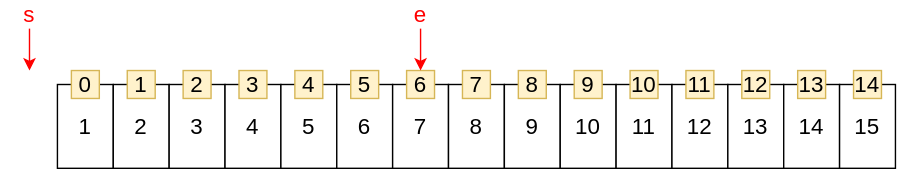
Above: img/algorithm/algorithm-1020-01-01-01.svg in zininote/zininote.github.io (draw.io), before the change. Source tidied: cells renumbered, new cells last; positions are measured from the earlier drawing's top-left corner, leaving out a move shared by most shapes.
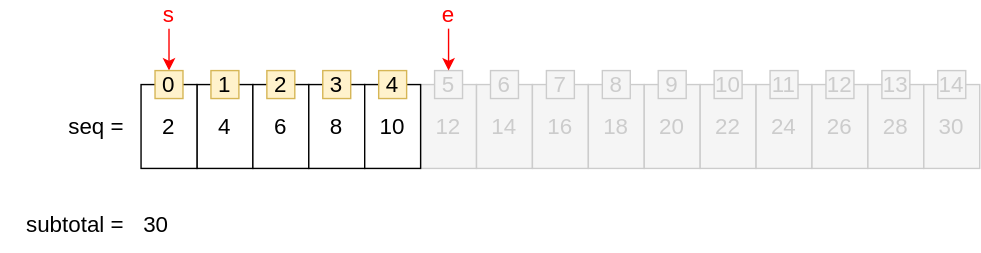
After the change.

Change to the diagram source:
```diff
@@ -2,108 +2,102 @@
   <root>
     <mxCell id="0" />
     <mxCell id="1" parent="0" />
-    <mxCell id="2" value="1" style="rounded=0;whiteSpace=wrap;html=1;fontSize=16;" parent="1" vertex="1">
-      <mxGeometry x="40" y="60" width="40" height="60" as="geometry" />
-    </mxCell>
+    <mxCell id="7" value="12" style="rounded=0;whiteSpace=wrap;html=1;fontSize=16;fillColor=#f5f5f5;strokeColor=#cccccc;fontColor=#cccccc;" parent="1" vertex="1">
+      <mxGeometry x="240" y="60" width="40" height="60" as="geometry" />
+    </mxCell>
-    <mxCell id="3" value="2" style="rounded=0;whiteSpace=wrap;html=1;fontSize=16;" parent="1" vertex="1">
+    <mxCell id="3" value="4" style="rounded=0;whiteSpace=wrap;html=1;fontSize=16;" parent="1" vertex="1">
       <mxGeometry x="80" y="60" width="40" height="60" as="geometry" />
     </mxCell>
-    <mxCell id="4" value="3" style="rounded=0;whiteSpace=wrap;html=1;fontSize=16;" parent="1" vertex="1">
+    <mxCell id="4" value="6" style="rounded=0;whiteSpace=wrap;html=1;fontSize=16;" parent="1" vertex="1">
       <mxGeometry x="120" y="60" width="40" height="60" as="geometry" />
     </mxCell>
-    <mxCell id="5" value="4" style="rounded=0;whiteSpace=wrap;html=1;fontSize=16;" parent="1" vertex="1">
+    <mxCell id="5" value="8" style="rounded=0;whiteSpace=wrap;html=1;fontSize=16;" parent="1" vertex="1">
       <mxGeometry x="160" y="60" width="40" height="60" as="geometry" />
     </mxCell>
-    <mxCell id="6" value="5" style="rounded=0;whiteSpace=wrap;html=1;fontSize=16;" parent="1" vertex="1">
+    <mxCell id="6" value="10" style="rounded=0;whiteSpace=wrap;html=1;fontSize=16;" parent="1" vertex="1">
       <mxGeometry x="200" y="60" width="40" height="60" as="geometry" />
     </mxCell>
-    <mxCell id="7" value="6" style="rounded=0;whiteSpace=wrap;html=1;fontSize=16;" parent="1" vertex="1">
-      <mxGeometry x="240" y="60" width="40" height="60" as="geometry" />
-    </mxCell>
-    <mxCell id="8" value="7" style="rounded=0;whiteSpace=wrap;html=1;fontSize=16;" parent="1" vertex="1">
+    <mxCell id="8" value="14" style="rounded=0;whiteSpace=wrap;html=1;fontSize=16;fillColor=#f5f5f5;strokeColor=#cccccc;fontColor=#cccccc;" parent="1" vertex="1">
       <mxGeometry x="280" y="60" width="40" height="60" as="geometry" />
     </mxCell>
-    <mxCell id="9" value="8" style="rounded=0;whiteSpace=wrap;html=1;fontSize=16;" parent="1" vertex="1">
+    <mxCell id="9" value="16" style="rounded=0;whiteSpace=wrap;html=1;fontSize=16;fillColor=#f5f5f5;strokeColor=#cccccc;fontColor=#cccccc;" parent="1" vertex="1">
       <mxGeometry x="320" y="60" width="40" height="60" as="geometry" />
     </mxCell>
-    <mxCell id="10" value="9" style="rounded=0;whiteSpace=wrap;html=1;fontSize=16;" parent="1" vertex="1">
+    <mxCell id="10" value="18" style="rounded=0;whiteSpace=wrap;html=1;fontSize=16;fillColor=#f5f5f5;strokeColor=#cccccc;fontColor=#cccccc;" parent="1" vertex="1">
       <mxGeometry x="360" y="60" width="40" height="60" as="geometry" />
     </mxCell>
-    <mxCell id="11" value="10" style="rounded=0;whiteSpace=wrap;html=1;fontSize=16;" parent="1" vertex="1">
+    <mxCell id="11" value="20" style="rounded=0;whiteSpace=wrap;html=1;fontSize=16;fillColor=#f5f5f5;strokeColor=#cccccc;fontColor=#cccccc;" parent="1" vertex="1">
       <mxGeometry x="400" y="60" width="40" height="60" as="geometry" />
     </mxCell>
-    <mxCell id="12" value="11" style="rounded=0;whiteSpace=wrap;html=1;fontSize=16;" parent="1" vertex="1">
+    <mxCell id="12" value="22" style="rounded=0;whiteSpace=wrap;html=1;fontSize=16;fillColor=#f5f5f5;strokeColor=#cccccc;fontColor=#cccccc;" parent="1" vertex="1">
       <mxGeometry x="440" y="60" width="40" height="60" as="geometry" />
     </mxCell>
-    <mxCell id="13" value="12" style="rounded=0;whiteSpace=wrap;html=1;fontSize=16;" parent="1" vertex="1">
+    <mxCell id="13" value="24" style="rounded=0;whiteSpace=wrap;html=1;fontSize=16;fillColor=#f5f5f5;strokeColor=#cccccc;fontColor=#cccccc;" parent="1" vertex="1">
       <mxGeometry x="480" y="60" width="40" height="60" as="geometry" />
     </mxCell>
-    <mxCell id="14" value="13" style="rounded=0;whiteSpace=wrap;html=1;fontSize=16;" parent="1" vertex="1">
+    <mxCell id="14" value="26" style="rounded=0;whiteSpace=wrap;html=1;fontSize=16;fillColor=#f5f5f5;strokeColor=#cccccc;fontColor=#cccccc;" parent="1" vertex="1">
       <mxGeometry x="520" y="60" width="40" height="60" as="geometry" />
     </mxCell>
-    <mxCell id="15" value="14" style="rounded=0;whiteSpace=wrap;html=1;fontSize=16;" parent="1" vertex="1">
+    <mxCell id="15" value="28" style="rounded=0;whiteSpace=wrap;html=1;fontSize=16;fillColor=#f5f5f5;strokeColor=#cccccc;fontColor=#cccccc;" parent="1" vertex="1">
       <mxGeometry x="560" y="60" width="40" height="60" as="geometry" />
     </mxCell>
-    <mxCell id="16" value="15" style="rounded=0;whiteSpace=wrap;html=1;fontSize=16;" parent="1" vertex="1">
+    <mxCell id="16" value="30" style="rounded=0;whiteSpace=wrap;html=1;fontSize=16;fillColor=#f5f5f5;strokeColor=#cccccc;fontColor=#cccccc;" parent="1" vertex="1">
       <mxGeometry x="600" y="60" width="40" height="60" as="geometry" />
     </mxCell>
-    <mxCell id="17" value="&lt;span style=&quot;font-size: 16px&quot;&gt;0&lt;/span&gt;" style="text;html=1;strokeColor=#d6b656;fillColor=#fff2cc;align=center;verticalAlign=middle;whiteSpace=wrap;rounded=0;" parent="1" vertex="1">
-      <mxGeometry x="50" y="50" width="20" height="20" as="geometry" />
-    </mxCell>
-    <mxCell id="18" value="&lt;span style=&quot;font-size: 16px&quot;&gt;1&lt;/span&gt;" style="text;html=1;strokeColor=#d6b656;fillColor=#fff2cc;align=center;verticalAlign=middle;whiteSpace=wrap;rounded=0;" parent="1" vertex="1">
+    <mxCell id="18" value="&lt;span style=&quot;font-size: 16px&quot;&gt;1&lt;/span&gt;" style="text;html=1;fillColor=#fff2cc;align=center;verticalAlign=middle;whiteSpace=wrap;rounded=0;strokeColor=#d6b656;" parent="1" vertex="1">
       <mxGeometry x="90" y="50" width="20" height="20" as="geometry" />
     </mxCell>
-    <mxCell id="19" value="&lt;span style=&quot;font-size: 16px&quot;&gt;2&lt;/span&gt;" style="text;html=1;strokeColor=#d6b656;fillColor=#fff2cc;align=center;verticalAlign=middle;whiteSpace=wrap;rounded=0;" parent="1" vertex="1">
+    <mxCell id="19" value="&lt;span style=&quot;font-size: 16px&quot;&gt;2&lt;/span&gt;" style="text;html=1;fillColor=#fff2cc;align=center;verticalAlign=middle;whiteSpace=wrap;rounded=0;strokeColor=#d6b656;" parent="1" vertex="1">
       <mxGeometry x="130" y="50" width="20" height="20" as="geometry" />
     </mxCell>
-    <mxCell id="20" value="&lt;span style=&quot;font-size: 16px&quot;&gt;3&lt;/span&gt;" style="text;html=1;strokeColor=#d6b656;fillColor=#fff2cc;align=center;verticalAlign=middle;whiteSpace=wrap;rounded=0;" parent="1" vertex="1">
+    <mxCell id="20" value="&lt;span style=&quot;font-size: 16px&quot;&gt;3&lt;/span&gt;" style="text;html=1;fillColor=#fff2cc;align=center;verticalAlign=middle;whiteSpace=wrap;rounded=0;strokeColor=#d6b656;" parent="1" vertex="1">
       <mxGeometry x="170" y="50" width="20" height="20" as="geometry" />
     </mxCell>
-    <mxCell id="21" value="&lt;span style=&quot;font-size: 16px&quot;&gt;4&lt;/span&gt;" style="text;html=1;strokeColor=#d6b656;fillColor=#fff2cc;align=center;verticalAlign=middle;whiteSpace=wrap;rounded=0;" parent="1" vertex="1">
+    <mxCell id="21" value="&lt;span style=&quot;font-size: 16px&quot;&gt;4&lt;/span&gt;" style="text;html=1;fillColor=#fff2cc;align=center;verticalAlign=middle;whiteSpace=wrap;rounded=0;strokeColor=#d6b656;" parent="1" vertex="1">
       <mxGeometry x="210" y="50" width="20" height="20" as="geometry" />
     </mxCell>
-    <mxCell id="22" value="&lt;span style=&quot;font-size: 16px&quot;&gt;5&lt;/span&gt;" style="text;html=1;strokeColor=#d6b656;fillColor=#fff2cc;align=center;verticalAlign=middle;whiteSpace=wrap;rounded=0;" parent="1" vertex="1">
+    <mxCell id="22" value="&lt;span style=&quot;font-size: 16px&quot;&gt;5&lt;/span&gt;" style="text;html=1;fillColor=#f5f5f5;align=center;verticalAlign=middle;whiteSpace=wrap;rounded=0;strokeColor=#cccccc;fontColor=#cccccc;" parent="1" vertex="1">
       <mxGeometry x="250" y="50" width="20" height="20" as="geometry" />
     </mxCell>
-    <mxCell id="23" value="&lt;span style=&quot;font-size: 16px&quot;&gt;6&lt;/span&gt;" style="text;html=1;strokeColor=#d6b656;fillColor=#fff2cc;align=center;verticalAlign=middle;whiteSpace=wrap;rounded=0;" parent="1" vertex="1">
+    <mxCell id="23" value="&lt;span style=&quot;font-size: 16px&quot;&gt;6&lt;/span&gt;" style="text;html=1;fillColor=#f5f5f5;align=center;verticalAlign=middle;whiteSpace=wrap;rounded=0;strokeColor=#cccccc;fontColor=#cccccc;" parent="1" vertex="1">
       <mxGeometry x="290" y="50" width="20" height="20" as="geometry" />
     </mxCell>
-    <mxCell id="24" value="&lt;span style=&quot;font-size: 16px&quot;&gt;7&lt;/span&gt;" style="text;html=1;strokeColor=#d6b656;fillColor=#fff2cc;align=center;verticalAlign=middle;whiteSpace=wrap;rounded=0;" parent="1" vertex="1">
+    <mxCell id="24" value="&lt;span style=&quot;font-size: 16px&quot;&gt;7&lt;/span&gt;" style="text;html=1;fillColor=#f5f5f5;align=center;verticalAlign=middle;whiteSpace=wrap;rounded=0;strokeColor=#cccccc;fontColor=#cccccc;" parent="1" vertex="1">
       <mxGeometry x="330" y="50" width="20" height="20" as="geometry" />
     </mxCell>
-    <mxCell id="25" value="&lt;span style=&quot;font-size: 16px&quot;&gt;8&lt;/span&gt;" style="text;html=1;strokeColor=#d6b656;fillColor=#fff2cc;align=center;verticalAlign=middle;whiteSpace=wrap;rounded=0;" parent="1" vertex="1">
+    <mxCell id="25" value="&lt;span style=&quot;font-size: 16px&quot;&gt;8&lt;/span&gt;" style="text;html=1;fillColor=#f5f5f5;align=center;verticalAlign=middle;whiteSpace=wrap;rounded=0;strokeColor=#cccccc;fontColor=#cccccc;" parent="1" vertex="1">
       <mxGeometry x="370" y="50" width="20" height="20" as="geometry" />
     </mxCell>
-    <mxCell id="26" value="&lt;span style=&quot;font-size: 16px&quot;&gt;9&lt;/span&gt;" style="text;html=1;strokeColor=#d6b656;fillColor=#fff2cc;align=center;verticalAlign=middle;whiteSpace=wrap;rounded=0;" parent="1" vertex="1">
+    <mxCell id="26" value="&lt;span style=&quot;font-size: 16px&quot;&gt;9&lt;/span&gt;" style="text;html=1;fillColor=#f5f5f5;align=center;verticalAlign=middle;whiteSpace=wrap;rounded=0;strokeColor=#cccccc;fontColor=#cccccc;" parent="1" vertex="1">
       <mxGeometry x="410" y="50" width="20" height="20" as="geometry" />
     </mxCell>
-    <mxCell id="27" value="&lt;span style=&quot;font-size: 16px&quot;&gt;10&lt;/span&gt;" style="text;html=1;strokeColor=#d6b656;fillColor=#fff2cc;align=center;verticalAlign=middle;whiteSpace=wrap;rounded=0;" parent="1" vertex="1">
+    <mxCell id="27" value="&lt;span style=&quot;font-size: 16px&quot;&gt;10&lt;/span&gt;" style="text;html=1;fillColor=#f5f5f5;align=center;verticalAlign=middle;whiteSpace=wrap;rounded=0;strokeColor=#cccccc;fontColor=#cccccc;" parent="1" vertex="1">
       <mxGeometry x="450" y="50" width="20" height="20" as="geometry" />
     </mxCell>
-    <mxCell id="28" value="&lt;span style=&quot;font-size: 16px&quot;&gt;11&lt;/span&gt;" style="text;html=1;strokeColor=#d6b656;fillColor=#fff2cc;align=center;verticalAlign=middle;whiteSpace=wrap;rounded=0;" parent="1" vertex="1">
+    <mxCell id="28" value="&lt;span style=&quot;font-size: 16px&quot;&gt;11&lt;/span&gt;" style="text;html=1;fillColor=#f5f5f5;align=center;verticalAlign=middle;whiteSpace=wrap;rounded=0;strokeColor=#cccccc;fontColor=#cccccc;" parent="1" vertex="1">
       <mxGeometry x="490" y="50" width="20" height="20" as="geometry" />
     </mxCell>
-    <mxCell id="29" value="&lt;span style=&quot;font-size: 16px&quot;&gt;12&lt;/span&gt;" style="text;html=1;strokeColor=#d6b656;fillColor=#fff2cc;align=center;verticalAlign=middle;whiteSpace=wrap;rounded=0;" parent="1" vertex="1">
+    <mxCell id="29" value="&lt;span style=&quot;font-size: 16px&quot;&gt;12&lt;/span&gt;" style="text;html=1;fillColor=#f5f5f5;align=center;verticalAlign=middle;whiteSpace=wrap;rounded=0;strokeColor=#cccccc;fontColor=#cccccc;" parent="1" vertex="1">
       <mxGeometry x="530" y="50" width="20" height="20" as="geometry" />
     </mxCell>
-    <mxCell id="30" value="&lt;span style=&quot;font-size: 16px&quot;&gt;13&lt;/span&gt;" style="text;html=1;strokeColor=#d6b656;fillColor=#fff2cc;align=center;verticalAlign=middle;whiteSpace=wrap;rounded=0;" parent="1" vertex="1">
+    <mxCell id="30" value="&lt;span style=&quot;font-size: 16px&quot;&gt;13&lt;/span&gt;" style="text;html=1;fillColor=#f5f5f5;align=center;verticalAlign=middle;whiteSpace=wrap;rounded=0;strokeColor=#cccccc;fontColor=#cccccc;" parent="1" vertex="1">
       <mxGeometry x="570" y="50" width="20" height="20" as="geometry" />
     </mxCell>
-    <mxCell id="31" value="&lt;span style=&quot;font-size: 16px&quot;&gt;14&lt;/span&gt;" style="text;html=1;strokeColor=#d6b656;fillColor=#fff2cc;align=center;verticalAlign=middle;whiteSpace=wrap;rounded=0;" parent="1" vertex="1">
+    <mxCell id="31" value="&lt;span style=&quot;font-size: 16px&quot;&gt;14&lt;/span&gt;" style="text;html=1;fillColor=#f5f5f5;align=center;verticalAlign=middle;whiteSpace=wrap;rounded=0;strokeColor=#cccccc;fontColor=#cccccc;" parent="1" vertex="1">
       <mxGeometry x="610" y="50" width="20" height="20" as="geometry" />
     </mxCell>
     <mxCell id="32" style="edgeStyle=orthogonalEdgeStyle;rounded=0;jettySize=auto;html=1;exitX=0.5;exitY=1;exitDx=0;exitDy=0;entryX=0.5;entryY=0;entryDx=0;entryDy=0;fontSize=16;fontColor=#FF0000;strokeColor=#FF0000;" parent="1" edge="1" source="38">
       <mxGeometry relative="1" as="geometry">
-        <mxPoint x="20" y="50" as="targetPoint" />
+        <mxPoint x="60" y="50" as="targetPoint" />
       </mxGeometry>
     </mxCell>
     <mxCell id="33" style="edgeStyle=orthogonalEdgeStyle;rounded=0;jettySize=auto;html=1;exitX=0.5;exitY=1;exitDx=0;exitDy=0;entryX=0.5;entryY=0;entryDx=0;entryDy=0;strokeColor=#FF0000;fontSize=16;fontColor=#FF0000;" parent="1" edge="1" source="35">
       <mxGeometry relative="1" as="geometry">
-        <mxPoint x="300" y="50" as="targetPoint" />
+        <mxPoint x="260" y="50" as="targetPoint" />
       </mxGeometry>
     </mxCell>
     <mxCell id="34" style="group;" parent="1" vertex="1">
-      <mxGeometry x="280" width="40" height="20" as="geometry" />
+      <mxGeometry x="240" width="40" height="20" as="geometry" />
     </mxCell>
     <mxCell id="35" value="e" style="text;html=1;strokeColor=none;fillColor=none;align=center;verticalAlign=middle;whiteSpace=wrap;rounded=0;fontSize=16;fontColor=#FF0000;" parent="34" vertex="1">
       <mxGeometry width="40" height="20" as="geometry" />
@@ -112,10 +106,25 @@
       <mxGeometry relative="1" as="geometry" />
     </mxCell>
     <mxCell id="37" style="group;" parent="1" vertex="1">
-      <mxGeometry width="40" height="20" as="geometry" />
+      <mxGeometry x="40" width="40" height="20" as="geometry" />
     </mxCell>
     <mxCell id="38" value="s" style="text;html=1;strokeColor=none;fillColor=none;align=center;verticalAlign=middle;whiteSpace=wrap;rounded=0;fontSize=16;fontColor=#FF0000;" parent="37" vertex="1">
       <mxGeometry width="40" height="20" as="geometry" />
     </mxCell>
+    <mxCell id="39" value="seq =" style="text;html=1;strokeColor=none;fillColor=none;align=right;verticalAlign=middle;whiteSpace=wrap;rounded=0;fontSize=16;" parent="1" vertex="1">
+      <mxGeometry x="-60" y="60" width="90" height="60" as="geometry" />
+    </mxCell>
+    <mxCell id="40" value="subtotal =" style="text;html=1;strokeColor=none;fillColor=none;align=right;verticalAlign=middle;whiteSpace=wrap;rounded=0;fontSize=16;" parent="1" vertex="1">
+      <mxGeometry x="-60" y="140" width="90" height="40" as="geometry" />
+    </mxCell>
+    <mxCell id="41" value="30" style="text;html=1;strokeColor=none;fillColor=none;align=left;verticalAlign=middle;whiteSpace=wrap;rounded=0;fontSize=16;" parent="1" vertex="1">
+      <mxGeometry x="40" y="140" width="40" height="40" as="geometry" />
+    </mxCell>
+    <mxCell id="2" value="2" style="rounded=0;whiteSpace=wrap;html=1;fontSize=16;" parent="1" vertex="1">
+      <mxGeometry x="40" y="60" width="40" height="60" as="geometry" />
+    </mxCell>
+    <mxCell id="17" value="&lt;span style=&quot;font-size: 16px&quot;&gt;0&lt;/span&gt;" style="text;html=1;strokeColor=#d6b656;fillColor=#fff2cc;align=center;verticalAlign=middle;whiteSpace=wrap;rounded=0;" parent="1" vertex="1">
+      <mxGeometry x="50" y="50" width="20" height="20" as="geometry" />
+    </mxCell>
   </root>
 </mxGraphModel>
```
